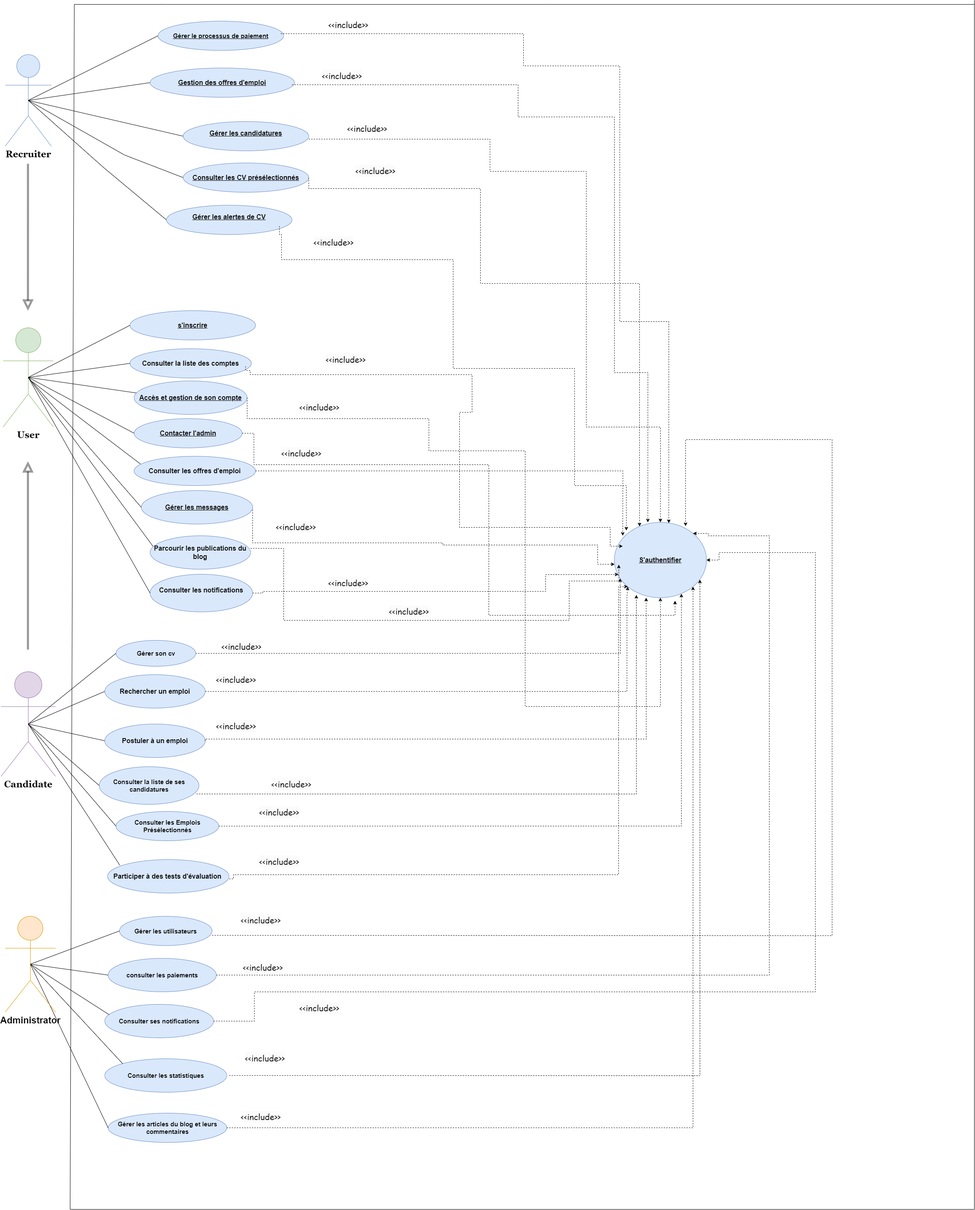
Earlier version of the draw.io export Diagramme cas d'utilisation.drawio.png (chirine1/-project). Source tidied: cells renumbered, new cells last; positions are measured from the earlier drawing's top-left corner, leaving out a move shared by most shapes.
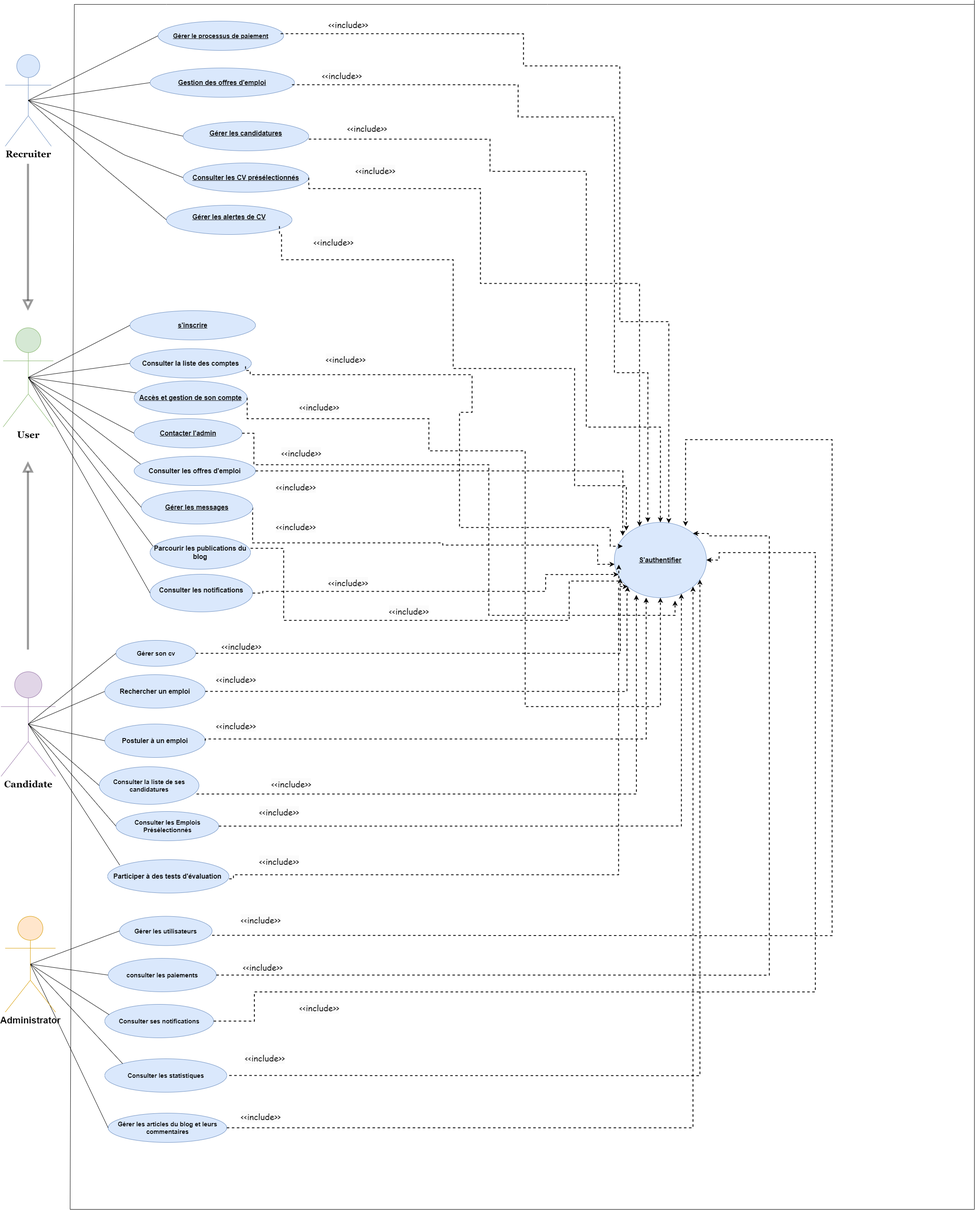
After the change.

Commit message:
Mettre à jour Diagramme cas d'utilisation.drawio.png

What changed in the source:
```diff
@@ -27,7 +27,7 @@
     <mxCell id="6" value="&lt;b style=&quot;font-size: 16px; text-decoration-line: underline;&quot;&gt;Contacter l'admin&lt;/b&gt;" style="ellipse;whiteSpace=wrap;html=1;fillColor=#dae8fc;strokeColor=#6c8ebf;" parent="1" vertex="1">
       <mxGeometry x="317.9" y="1000" width="258" height="70" as="geometry" />
     </mxCell>
-    <mxCell id="7" style="edgeStyle=orthogonalEdgeStyle;rounded=0;jettySize=auto;html=1;dashed=1;exitX=1;exitY=0.5;exitDx=0;exitDy=0;" parent="1" edge="1" source="8" target="17">
+    <mxCell id="7" style="edgeStyle=orthogonalEdgeStyle;rounded=0;jettySize=auto;html=1;dashed=1;exitX=1;exitY=0.5;exitDx=0;exitDy=0;strokeWidth=2;" parent="1" edge="1" source="8" target="17">
       <mxGeometry relative="1" as="geometry">
         <Array as="points">
           <mxPoint x="1055" y="1297" />
@@ -49,7 +49,7 @@
     <mxCell id="11" value="&lt;b&gt;&lt;font style=&quot;font-size: 15px;&quot;&gt;Gérer les utilisateurs&lt;/font&gt;&lt;/b&gt;" style="ellipse;whiteSpace=wrap;html=1;align=center;fillColor=#dae8fc;strokeColor=#6c8ebf;" parent="1" vertex="1">
       <mxGeometry x="282.9" y="2189.5" width="221.2" height="70" as="geometry" />
     </mxCell>
-    <mxCell id="12" style="edgeStyle=orthogonalEdgeStyle;rounded=0;jettySize=auto;html=1;exitX=1;exitY=0.5;exitDx=0;exitDy=0;dashed=1;entryX=0;entryY=1;entryDx=0;entryDy=0;" parent="1" edge="1" source="10" target="17">
+    <mxCell id="12" style="edgeStyle=orthogonalEdgeStyle;rounded=0;jettySize=auto;html=1;exitX=1;exitY=0.5;exitDx=0;exitDy=0;dashed=1;entryX=0;entryY=1;entryDx=0;entryDy=0;strokeWidth=2;" parent="1" edge="1" source="10" target="17">
       <mxGeometry relative="1" as="geometry">
         <Array as="points">
           <mxPoint x="1495" y="1652" />
@@ -57,7 +57,7 @@
         </Array>
       </mxGeometry>
     </mxCell>
-    <mxCell id="13" style="edgeStyle=orthogonalEdgeStyle;rounded=0;jettySize=auto;html=1;exitX=1;exitY=0.5;exitDx=0;exitDy=0;entryX=1;entryY=1;entryDx=0;entryDy=0;dashed=1;" parent="1" edge="1" source="14">
+    <mxCell id="13" style="edgeStyle=orthogonalEdgeStyle;rounded=0;jettySize=auto;html=1;exitX=1;exitY=0.5;exitDx=0;exitDy=0;entryX=1;entryY=1;entryDx=0;entryDy=0;dashed=1;strokeWidth=2;" parent="1" edge="1" source="14">
       <mxGeometry relative="1" as="geometry">
         <mxPoint x="1478.8" y="1382" as="targetPoint" />
       </mxGeometry>
@@ -86,7 +86,7 @@
         <mxPoint x="2325" as="targetPoint" />
       </mxGeometry>
     </mxCell>
-    <mxCell id="20" style="edgeStyle=orthogonalEdgeStyle;rounded=0;jettySize=auto;html=1;exitX=1;exitY=0.5;exitDx=0;exitDy=0;dashed=1;entryX=0.732;entryY=0.946;entryDx=0;entryDy=0;entryPerimeter=0;" parent="1" edge="1" source="15" target="17">
+    <mxCell id="20" style="edgeStyle=orthogonalEdgeStyle;rounded=0;jettySize=auto;html=1;exitX=1;exitY=0.5;exitDx=0;exitDy=0;dashed=1;entryX=0.732;entryY=0.946;entryDx=0;entryDy=0;entryPerimeter=0;strokeWidth=2;" parent="1" edge="1" source="15" target="17">
       <mxGeometry relative="1" as="geometry">
         <Array as="points">
           <mxPoint x="1625" y="1974" />
@@ -144,7 +144,7 @@
     <mxCell id="36" value="&lt;div&gt;&lt;span style=&quot;font-size: 16px;&quot;&gt;&lt;b&gt;Consulter les notifications&lt;/b&gt;&lt;/span&gt;&lt;/div&gt;&lt;div&gt;&lt;br&gt;&lt;/div&gt;" style="ellipse;whiteSpace=wrap;html=1;fillColor=#dae8fc;strokeColor=#6c8ebf;" parent="1" vertex="1">
       <mxGeometry x="356" y="1372" width="245" height="90" as="geometry" />
     </mxCell>
-    <mxCell id="37" style="edgeStyle=orthogonalEdgeStyle;rounded=0;jettySize=auto;html=1;exitX=0.976;exitY=0.724;exitDx=0;exitDy=0;entryX=0.239;entryY=0.963;entryDx=0;entryDy=0;entryPerimeter=0;dashed=1;exitPerimeter=0;" parent="1" edge="1" source="9" target="17">
+    <mxCell id="37" style="edgeStyle=orthogonalEdgeStyle;rounded=0;jettySize=auto;html=1;exitX=0.976;exitY=0.724;exitDx=0;exitDy=0;entryX=0.239;entryY=0.963;entryDx=0;entryDy=0;entryPerimeter=0;dashed=1;exitPerimeter=0;strokeWidth=2;" parent="1" edge="1" source="9" target="17">
       <mxGeometry relative="1" as="geometry" />
     </mxCell>
     <mxCell id="38" value="&lt;span style=&quot;font-size: 16px;&quot;&gt;&lt;b&gt;Consulter les offres d'emploi&lt;/b&gt;&lt;/span&gt;" style="ellipse;whiteSpace=wrap;html=1;fillColor=#dae8fc;strokeColor=#6c8ebf;" parent="1" vertex="1">
@@ -156,7 +156,7 @@
     <mxCell id="40" value="&lt;b&gt;&lt;font style=&quot;font-size: 15px;&quot;&gt;Consulter les statistiques&lt;/font&gt;&lt;/b&gt;" style="ellipse;whiteSpace=wrap;html=1;align=center;fillColor=#dae8fc;strokeColor=#6c8ebf;" parent="1" vertex="1">
       <mxGeometry x="247.8" y="2530" width="291.5" height="80" as="geometry" />
     </mxCell>
-    <mxCell id="41" style="edgeStyle=orthogonalEdgeStyle;rounded=0;jettySize=auto;html=1;dashed=1;exitX=1;exitY=0.5;exitDx=0;exitDy=0;" parent="1" edge="1" source="39">
+    <mxCell id="41" style="edgeStyle=orthogonalEdgeStyle;rounded=0;jettySize=auto;html=1;dashed=1;exitX=1;exitY=0.5;exitDx=0;exitDy=0;strokeWidth=2;" parent="1" edge="1" source="39">
       <mxGeometry relative="1" as="geometry">
         <mxPoint x="1541" y="1428" as="targetPoint" />
         <Array as="points">
@@ -165,7 +165,7 @@
         </Array>
       </mxGeometry>
     </mxCell>
-    <mxCell id="42" style="edgeStyle=orthogonalEdgeStyle;rounded=0;jettySize=auto;html=1;dashed=1;entryX=0.045;entryY=0.692;entryDx=0;entryDy=0;entryPerimeter=0;exitX=1;exitY=0.5;exitDx=0;exitDy=0;" parent="1" edge="1" source="36" target="17">
+    <mxCell id="42" style="edgeStyle=orthogonalEdgeStyle;rounded=0;jettySize=auto;html=1;dashed=1;entryX=0.045;entryY=0.692;entryDx=0;entryDy=0;entryPerimeter=0;exitX=1;exitY=0.5;exitDx=0;exitDy=0;strokeWidth=2;" parent="1" edge="1" source="36" target="17">
       <mxGeometry relative="1" as="geometry">
         <Array as="points">
           <mxPoint x="625" y="1417" />
@@ -254,7 +254,7 @@
         <mxPoint x="64.2" y="1102" as="targetPoint" />
       </mxGeometry>
     </mxCell>
-    <mxCell id="66" style="edgeStyle=orthogonalEdgeStyle;rounded=0;jettySize=auto;html=1;dashed=1;entryX=0.929;entryY=0.761;entryDx=0;entryDy=0;entryPerimeter=0;" parent="1" edge="1" target="17">
+    <mxCell id="66" style="edgeStyle=orthogonalEdgeStyle;rounded=0;jettySize=auto;html=1;dashed=1;entryX=0.929;entryY=0.761;entryDx=0;entryDy=0;entryPerimeter=0;strokeWidth=2;" parent="1" edge="1" target="17">
       <mxGeometry relative="1" as="geometry">
         <mxPoint x="545" y="2570" as="sourcePoint" />
       </mxGeometry>
@@ -293,7 +293,7 @@
     <mxCell id="76" style="endArrow=none;html=1;rounded=0;entryX=0;entryY=0.5;entryDx=0;entryDy=0;exitX=0.5;exitY=0.5;exitDx=0;exitDy=0;exitPerimeter=0;" parent="1" edge="1" source="23" target="9">
       <mxGeometry relative="1" as="geometry" />
     </mxCell>
-    <mxCell id="77" style="edgeStyle=orthogonalEdgeStyle;rounded=0;jettySize=auto;html=1;dashed=1;entryX=0;entryY=1;entryDx=0;entryDy=0;" parent="1" edge="1" target="17">
+    <mxCell id="77" style="edgeStyle=orthogonalEdgeStyle;rounded=0;jettySize=auto;html=1;dashed=1;entryX=0;entryY=1;entryDx=0;entryDy=0;strokeWidth=2;" parent="1" edge="1" target="17">
       <mxGeometry relative="1" as="geometry">
         <mxPoint x="545" y="2100" as="sourcePoint" />
         <Array as="points">
@@ -304,7 +304,7 @@
         </Array>
       </mxGeometry>
     </mxCell>
-    <mxCell id="78" style="edgeStyle=orthogonalEdgeStyle;rounded=0;orthogonalLoop=1;jettySize=auto;html=1;dashed=1;entryX=0.048;entryY=0.728;entryDx=0;entryDy=0;entryPerimeter=0;" parent="1" edge="1">
+    <mxCell id="78" style="edgeStyle=orthogonalEdgeStyle;rounded=0;orthogonalLoop=1;jettySize=auto;html=1;dashed=1;entryX=0.048;entryY=0.728;entryDx=0;entryDy=0;entryPerimeter=0;strokeWidth=2;" parent="1" edge="1">
       <mxGeometry relative="1" as="geometry">
         <mxPoint x="596" y="1310" as="sourcePoint" />
         <mxPoint x="1475.6" y="1349" as="targetPoint" />
@@ -337,7 +337,7 @@
     <mxCell id="85" value="&#10;&lt;span style=&quot;color: rgb(0, 0, 0); font-family: &amp;quot;Comic Sans MS&amp;quot;; font-size: 20px; font-style: normal; font-variant-ligatures: normal; font-variant-caps: normal; font-weight: 400; letter-spacing: normal; orphans: 2; text-align: center; text-indent: 0px; text-transform: none; widows: 2; word-spacing: 0px; -webkit-text-stroke-width: 0px; background-color: rgb(251, 251, 251); text-decoration-thickness: initial; text-decoration-style: initial; text-decoration-color: initial; float: none; display: inline !important;&quot;&gt;&amp;lt;&amp;lt;include&amp;gt;&amp;gt;&lt;/span&gt;&#10;&#10;" style="text;whiteSpace=wrap;html=1;" parent="1" vertex="1">
       <mxGeometry x="668" y="1050" width="130" height="50" as="geometry" />
     </mxCell>
-    <mxCell id="86" style="edgeStyle=orthogonalEdgeStyle;rounded=0;jettySize=auto;html=1;entryX=1;entryY=1;entryDx=0;entryDy=0;dashed=1;exitX=1;exitY=0.5;exitDx=0;exitDy=0;" parent="1" edge="1" source="83" target="17">
+    <mxCell id="86" style="edgeStyle=orthogonalEdgeStyle;rounded=0;jettySize=auto;html=1;entryX=1;entryY=1;entryDx=0;entryDy=0;dashed=1;exitX=1;exitY=0.5;exitDx=0;exitDy=0;strokeWidth=2;" parent="1" edge="1" source="83" target="17">
       <mxGeometry relative="1" as="geometry" />
     </mxCell>
     <mxCell id="87" value="&lt;span style=&quot;font-size: 15px;&quot;&gt;&lt;b&gt;Consulter ses notifications&lt;/b&gt;&lt;/span&gt;" style="ellipse;whiteSpace=wrap;html=1;align=center;fillColor=#dae8fc;strokeColor=#6c8ebf;" parent="1" vertex="1">
@@ -363,7 +363,7 @@
         <mxPoint x="75" y="912" as="sourcePoint" />
       </mxGeometry>
     </mxCell>
-    <mxCell id="94" style="edgeStyle=orthogonalEdgeStyle;rounded=0;jettySize=auto;html=1;dashed=1;entryX=0.591;entryY=0.011;entryDx=0;entryDy=0;entryPerimeter=0;exitX=0.633;exitY=1;exitDx=0;exitDy=0;exitPerimeter=0;" parent="1" edge="1" target="17">
+    <mxCell id="94" style="edgeStyle=orthogonalEdgeStyle;rounded=0;jettySize=auto;html=1;dashed=1;entryX=0.591;entryY=0.011;entryDx=0;entryDy=0;entryPerimeter=0;exitX=0.633;exitY=1;exitDx=0;exitDy=0;exitPerimeter=0;strokeWidth=2;" parent="1" edge="1" target="17">
       <mxGeometry relative="1" as="geometry">
         <mxPoint x="668" y="80" as="sourcePoint" />
         <Array as="points">
@@ -375,7 +375,7 @@
         </Array>
       </mxGeometry>
     </mxCell>
-    <mxCell id="95" style="edgeStyle=orthogonalEdgeStyle;rounded=0;orthogonalLoop=1;jettySize=auto;html=1;dashed=1;" parent="1" edge="1">
+    <mxCell id="95" style="edgeStyle=orthogonalEdgeStyle;rounded=0;orthogonalLoop=1;jettySize=auto;html=1;dashed=1;strokeWidth=2;" parent="1" edge="1">
       <mxGeometry relative="1" as="geometry">
         <mxPoint x="695" y="202" as="sourcePoint" />
         <mxPoint x="1545" y="1248" as="targetPoint" />
@@ -387,7 +387,7 @@
         </Array>
       </mxGeometry>
     </mxCell>
-    <mxCell id="96" style="edgeStyle=orthogonalEdgeStyle;rounded=0;jettySize=auto;html=1;dashed=1;" parent="1" edge="1" target="17">
+    <mxCell id="96" style="edgeStyle=orthogonalEdgeStyle;rounded=0;jettySize=auto;html=1;dashed=1;strokeWidth=2;" parent="1" edge="1" target="17">
       <mxGeometry relative="1" as="geometry">
         <mxPoint x="735" y="332" as="sourcePoint" />
         <Array as="points">
@@ -399,7 +399,7 @@
         </Array>
       </mxGeometry>
     </mxCell>
-    <mxCell id="97" style="edgeStyle=orthogonalEdgeStyle;rounded=0;jettySize=auto;html=1;dashed=1;exitX=1;exitY=0.5;exitDx=0;exitDy=0;" parent="1" edge="1" source="34" target="17">
+    <mxCell id="97" style="edgeStyle=orthogonalEdgeStyle;rounded=0;jettySize=auto;html=1;dashed=1;exitX=1;exitY=0.5;exitDx=0;exitDy=0;strokeWidth=2;" parent="1" edge="1" source="34" target="17">
       <mxGeometry relative="1" as="geometry">
         <Array as="points">
           <mxPoint x="735" y="450" />
@@ -409,7 +409,7 @@
         </Array>
       </mxGeometry>
     </mxCell>
-    <mxCell id="98" style="edgeStyle=orthogonalEdgeStyle;rounded=0;orthogonalLoop=1;jettySize=auto;html=1;dashed=1;entryX=0.244;entryY=0.05;entryDx=0;entryDy=0;entryPerimeter=0;" parent="1" edge="1">
+    <mxCell id="98" style="edgeStyle=orthogonalEdgeStyle;rounded=0;orthogonalLoop=1;jettySize=auto;html=1;dashed=1;entryX=0.244;entryY=0.05;entryDx=0;entryDy=0;entryPerimeter=0;strokeWidth=2;" parent="1" edge="1">
       <mxGeometry relative="1" as="geometry">
         <mxPoint x="665" y="540" as="sourcePoint" />
         <mxPoint x="1493.7" y="1267.5" as="targetPoint" />
@@ -425,7 +425,7 @@
         </Array>
       </mxGeometry>
     </mxCell>
-    <mxCell id="99" style="edgeStyle=orthogonalEdgeStyle;rounded=0;orthogonalLoop=1;jettySize=auto;html=1;dashed=1;" parent="1" edge="1">
+    <mxCell id="99" style="edgeStyle=orthogonalEdgeStyle;rounded=0;orthogonalLoop=1;jettySize=auto;html=1;dashed=1;strokeWidth=2;" parent="1" edge="1">
       <mxGeometry relative="1" as="geometry">
         <mxPoint x="584" y="874.9" as="sourcePoint" />
         <mxPoint x="1485" y="1305" as="targetPoint" />
@@ -442,7 +442,7 @@
         </Array>
       </mxGeometry>
     </mxCell>
-    <mxCell id="100" style="edgeStyle=orthogonalEdgeStyle;rounded=0;jettySize=auto;html=1;dashed=1;entryX=0.5;entryY=1;entryDx=0;entryDy=0;exitX=1;exitY=0.5;exitDx=0;exitDy=0;" parent="1" edge="1" source="81" target="17">
+    <mxCell id="100" style="edgeStyle=orthogonalEdgeStyle;rounded=0;jettySize=auto;html=1;dashed=1;entryX=0.5;entryY=1;entryDx=0;entryDy=0;exitX=1;exitY=0.5;exitDx=0;exitDy=0;strokeWidth=2;" parent="1" edge="1" source="81" target="17">
       <mxGeometry relative="1" as="geometry">
         <Array as="points">
           <mxPoint x="588" y="1000" />
@@ -454,7 +454,7 @@
         </Array>
       </mxGeometry>
     </mxCell>
-    <mxCell id="101" style="edgeStyle=orthogonalEdgeStyle;rounded=0;jettySize=auto;html=1;dashed=1;exitX=1;exitY=0.5;exitDx=0;exitDy=0;entryX=0.659;entryY=1.04;entryDx=0;entryDy=0;entryPerimeter=0;" parent="1" edge="1" source="6" target="17">
+    <mxCell id="101" style="edgeStyle=orthogonalEdgeStyle;rounded=0;jettySize=auto;html=1;dashed=1;exitX=1;exitY=0.5;exitDx=0;exitDy=0;entryX=0.659;entryY=1.04;entryDx=0;entryDy=0;entryPerimeter=0;strokeWidth=2;" parent="1" edge="1" source="6" target="17">
       <mxGeometry relative="1" as="geometry">
         <Array as="points">
           <mxPoint x="604" y="1035" />
@@ -465,7 +465,7 @@
         </Array>
       </mxGeometry>
     </mxCell>
-    <mxCell id="102" style="edgeStyle=orthogonalEdgeStyle;rounded=0;jettySize=auto;html=1;dashed=1;exitX=1;exitY=0.5;exitDx=0;exitDy=0;" parent="1" edge="1" source="38">
+    <mxCell id="102" style="edgeStyle=orthogonalEdgeStyle;rounded=0;jettySize=auto;html=1;dashed=1;exitX=1;exitY=0.5;exitDx=0;exitDy=0;strokeWidth=2;" parent="1" edge="1" source="38">
       <mxGeometry relative="1" as="geometry">
         <mxPoint x="1485" y="1280" as="targetPoint" />
       </mxGeometry>
@@ -476,7 +476,7 @@
     <mxCell id="104" value="&lt;span style=&quot;color: rgb(0, 0, 0); font-family: &amp;quot;Comic Sans MS&amp;quot;; font-size: 20px; font-style: normal; font-variant-ligatures: normal; font-variant-caps: normal; font-weight: 400; letter-spacing: normal; orphans: 2; text-align: center; text-indent: 0px; text-transform: none; widows: 2; word-spacing: 0px; -webkit-text-stroke-width: 0px; background-color: rgb(251, 251, 251); text-decoration-thickness: initial; text-decoration-style: initial; text-decoration-color: initial; float: none; display: inline !important;&quot;&gt;&amp;lt;&amp;lt;include&amp;gt;&amp;gt;&lt;/span&gt;" style="text;whiteSpace=wrap;html=1;" parent="1" vertex="1">
       <mxGeometry x="711" y="2390" width="130" height="50" as="geometry" />
     </mxCell>
-    <mxCell id="105" style="edgeStyle=orthogonalEdgeStyle;rounded=0;jettySize=auto;html=1;dashed=1;entryX=1;entryY=0.5;entryDx=0;entryDy=0;exitX=1;exitY=0.5;exitDx=0;exitDy=0;" parent="1" edge="1" source="87" target="17">
+    <mxCell id="105" style="edgeStyle=orthogonalEdgeStyle;rounded=0;jettySize=auto;html=1;dashed=1;entryX=1;entryY=0.5;entryDx=0;entryDy=0;exitX=1;exitY=0.5;exitDx=0;exitDy=0;strokeWidth=2;" parent="1" edge="1" source="87" target="17">
       <mxGeometry relative="1" as="geometry">
         <Array as="points">
           <mxPoint x="605" y="2440" />
@@ -488,7 +488,7 @@
         </Array>
       </mxGeometry>
     </mxCell>
-    <mxCell id="106" style="edgeStyle=orthogonalEdgeStyle;rounded=0;jettySize=auto;html=1;dashed=1;entryX=1;entryY=0;entryDx=0;entryDy=0;exitX=1;exitY=0.5;exitDx=0;exitDy=0;" parent="1" edge="1" source="68" target="17">
+    <mxCell id="106" style="edgeStyle=orthogonalEdgeStyle;rounded=0;jettySize=auto;html=1;dashed=1;entryX=1;entryY=0;entryDx=0;entryDy=0;exitX=1;exitY=0.5;exitDx=0;exitDy=0;strokeWidth=2;" parent="1" edge="1" source="68" target="17">
       <mxGeometry relative="1" as="geometry">
         <Array as="points">
           <mxPoint x="1835" y="2330" />
@@ -498,7 +498,7 @@
         </Array>
       </mxGeometry>
     </mxCell>
-    <mxCell id="107" style="edgeStyle=orthogonalEdgeStyle;rounded=0;jettySize=auto;html=1;dashed=1;entryX=0.773;entryY=0.05;entryDx=0;entryDy=0;entryPerimeter=0;" parent="1" edge="1" target="17">
+    <mxCell id="107" style="edgeStyle=orthogonalEdgeStyle;rounded=0;jettySize=auto;html=1;dashed=1;entryX=0.773;entryY=0.05;entryDx=0;entryDy=0;entryPerimeter=0;strokeWidth=2;" parent="1" edge="1" target="17">
       <mxGeometry relative="1" as="geometry">
         <mxPoint x="504.1" y="2235" as="sourcePoint" />
         <Array as="points">
@@ -508,5 +508,8 @@
         </Array>
       </mxGeometry>
     </mxCell>
+    <mxCell id="108" value="&#10;&lt;span style=&quot;color: rgb(0, 0, 0); font-family: &amp;quot;Comic Sans MS&amp;quot;; font-size: 20px; font-style: normal; font-variant-ligatures: normal; font-variant-caps: normal; font-weight: 400; letter-spacing: normal; orphans: 2; text-align: center; text-indent: 0px; text-transform: none; widows: 2; word-spacing: 0px; -webkit-text-stroke-width: 0px; background-color: rgb(251, 251, 251); text-decoration-thickness: initial; text-decoration-style: initial; text-decoration-color: initial; float: none; display: inline !important;&quot;&gt;&amp;lt;&amp;lt;include&amp;gt;&amp;gt;&lt;/span&gt;&#10;&#10;" style="text;whiteSpace=wrap;html=1;" parent="1" vertex="1">
+      <mxGeometry x="655" y="1131" width="130" height="50" as="geometry" />
+    </mxCell>
   </root>
 </mxGraphModel>
```
